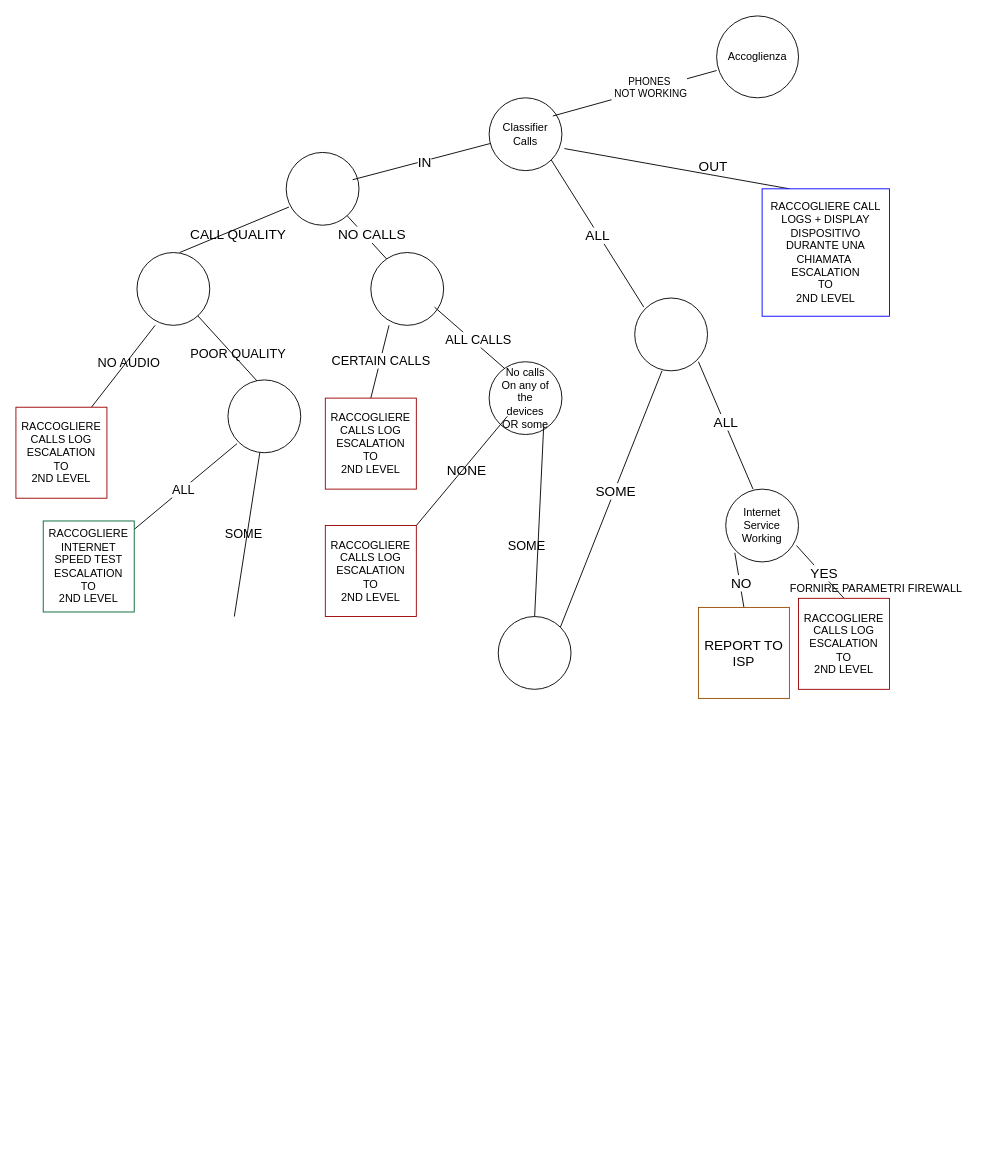
Above: Diagramma senza titolo.drawio in gormitiliberi/serverless-rag-demo (draw.io), before the change. Source tidied: cells renumbered, new cells numbered last; positions are measured from the earlier drawing's top-left corner, leaving out a move shared by most shapes. Both pictures are drawn from the tidied source at 91%, with x=0, y=0 at pixel (15, 15).
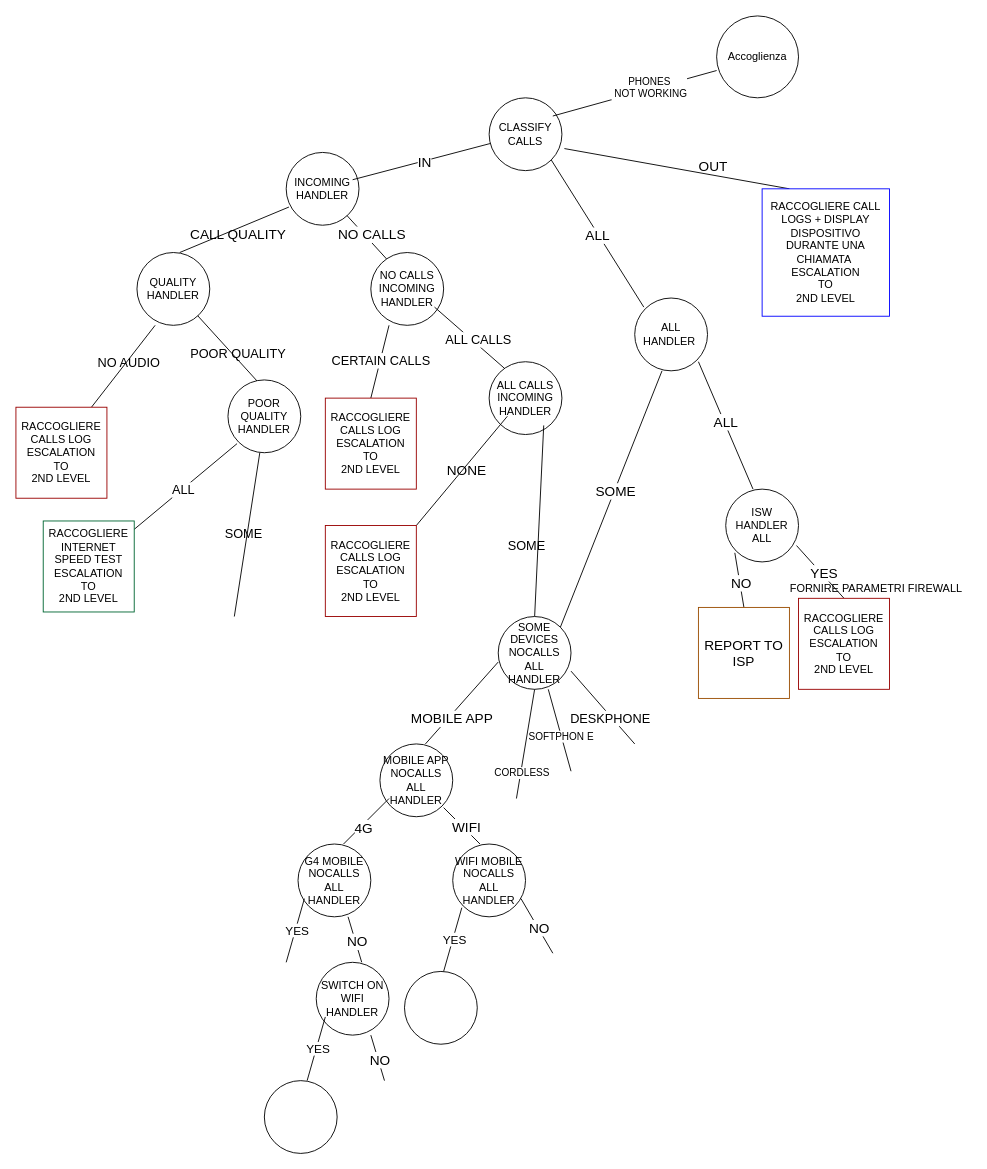
After the change.

Diff of the diagram source:
```diff
@@
-    <mxCell id="3" value="Classifier &lt;br&gt;&lt;div&gt;Calls&lt;/div&gt;" style="ellipse;whiteSpace=wrap;html=1;" parent="1" vertex="1">
+    <mxCell id="3" value="CLASSIFY CALLS" style="ellipse;whiteSpace=wrap;html=1;" parent="1" vertex="1">
       <mxGeometry x="520" y="90" width="80" height="80" as="geometry" />
     </mxCell>
@@
-    <mxCell id="7" style="ellipse;whiteSpace=wrap;html=1;" parent="1" vertex="1">
+    <mxCell id="7" value="INCOMING HANDLER" style="ellipse;whiteSpace=wrap;html=1;" parent="1" vertex="1">
       <mxGeometry x="297" y="150" width="80" height="80" as="geometry" />
     </mxCell>
@@
-    <mxCell id="12" style="ellipse;whiteSpace=wrap;html=1;" parent="1" vertex="1">
+    <mxCell id="12" value="NO CALLS INCOMING&lt;div&gt;HANDLER&lt;/div&gt;" style="ellipse;whiteSpace=wrap;html=1;" parent="1" vertex="1">
       <mxGeometry x="390" y="260" width="80" height="80" as="geometry" />
     </mxCell>
@@
-    <mxCell id="24" value="No calls&lt;br/&gt;On any of&lt;br/&gt;the&lt;br/&gt;devices&lt;br/&gt;OR some" style="ellipse;whiteSpace=wrap;html=1;" parent="1" vertex="1">
+    <mxCell id="24" value="ALL CALLS INCOMING HANDLER" style="ellipse;whiteSpace=wrap;html=1;" parent="1" vertex="1">
       <mxGeometry x="520" y="380" width="80" height="80" as="geometry" />
     </mxCell>
@@
-    <mxCell id="28" style="ellipse;whiteSpace=wrap;html=1;" parent="1" vertex="1">
+    <mxCell id="28" value="ALL HANDLER&amp;nbsp;" style="ellipse;whiteSpace=wrap;html=1;" parent="1" vertex="1">
       <mxGeometry x="680" y="310" width="80" height="80" as="geometry" />
     </mxCell>
@@
-    <mxCell id="30" style="ellipse;whiteSpace=wrap;html=1;" parent="1" vertex="1">
+    <mxCell id="30" value="QUALITY HANDLER" style="ellipse;whiteSpace=wrap;html=1;" parent="1" vertex="1">
       <mxGeometry x="133" y="260" width="80" height="80" as="geometry" />
     </mxCell>
@@
-    <mxCell id="35" style="ellipse;whiteSpace=wrap;html=1;" parent="1" vertex="1">
+    <mxCell id="35" value="POOR QUALITY HANDLER" style="ellipse;whiteSpace=wrap;html=1;" parent="1" vertex="1">
       <mxGeometry x="233" y="400" width="80" height="80" as="geometry" />
     </mxCell>
@@
-    <mxCell id="48" style="ellipse;whiteSpace=wrap;html=1;" parent="1" vertex="1">
+    <mxCell id="48" value="SOME DEVICES NOCALLS ALL HANDLER" style="ellipse;whiteSpace=wrap;html=1;" parent="1" vertex="1">
       <mxGeometry x="530" y="660" width="80" height="80" as="geometry" />
     </mxCell>
-    <mxCell id="49" value="Internet&lt;br/&gt;Service&lt;br/&gt;Working" style="ellipse;whiteSpace=wrap;html=1;" parent="1" vertex="1">
+    <mxCell id="49" value="ISW HANDLER ALL" style="ellipse;whiteSpace=wrap;html=1;" parent="1" vertex="1">
       <mxGeometry x="780" y="520" width="80" height="80" as="geometry" />
     </mxCell>
@@
+    <mxCell id="57" style="endArrow=none;html=1;rounded=0;" parent="1" edge="1">
+      <mxGeometry relative="1" as="geometry">
+        <mxPoint x="450" y="800" as="sourcePoint" />
+        <mxPoint x="530" y="710" as="targetPoint" />
+      </mxGeometry>
+    </mxCell>
+    <mxCell id="58" value="&lt;font style=&quot;font-size: 15px;&quot;&gt;MOBILE APP&lt;/font&gt;" style="edgeLabel;html=1;align=center;verticalAlign=middle;" parent="57" vertex="1">
+      <mxGeometry x="-0.34" y="-2" relative="1" as="geometry" />
+    </mxCell>
+    <mxCell id="59" style="endArrow=none;html=1;rounded=0;" parent="1" edge="1">
+      <mxGeometry relative="1" as="geometry">
+        <mxPoint x="550" y="860" as="sourcePoint" />
+        <mxPoint x="570" y="740" as="targetPoint" />
+      </mxGeometry>
+    </mxCell>
+    <mxCell id="60" value="CORDLESS" style="edgeLabel;html=1;align=center;verticalAlign=middle;" parent="59" vertex="1">
+      <mxGeometry x="-0.53" y="-1" relative="1" as="geometry" />
+    </mxCell>
+    <mxCell id="61" style="endArrow=none;html=1;rounded=0;" parent="1" edge="1">
+      <mxGeometry relative="1" as="geometry">
+        <mxPoint x="610" y="830" as="sourcePoint" />
+        <mxPoint x="585" y="740" as="targetPoint" />
+      </mxGeometry>
+    </mxCell>
+    <mxCell id="62" value="SOFTPHON E" style="edgeLabel;html=1;align=center;verticalAlign=middle;" parent="61" vertex="1">
+      <mxGeometry x="-0.15" y="1" relative="1" as="geometry" />
+    </mxCell>
+    <mxCell id="63" style="endArrow=none;html=1;rounded=0;" parent="1" edge="1">
+      <mxGeometry relative="1" as="geometry">
+        <mxPoint x="680" y="800" as="sourcePoint" />
+        <mxPoint x="610" y="720" as="targetPoint" />
+      </mxGeometry>
+    </mxCell>
+    <mxCell id="64" value="&lt;font style=&quot;font-size: 14px;&quot;&gt;DESKPHONE&lt;/font&gt;" style="edgeLabel;html=1;align=center;verticalAlign=middle;" parent="63" vertex="1">
+      <mxGeometry x="-0.27" y="2" relative="1" as="geometry" />
+    </mxCell>
+    <mxCell id="65" value="MOBILE APP NOCALLS ALL HANDLER" style="ellipse;whiteSpace=wrap;html=1;" parent="1" vertex="1">
+      <mxGeometry x="400" y="800" width="80" height="80" as="geometry" />
+    </mxCell>
+    <mxCell id="66" style="endArrow=none;html=1;rounded=0;" parent="1" edge="1">
+      <mxGeometry relative="1" as="geometry">
+        <mxPoint x="360" y="910" as="sourcePoint" />
+        <mxPoint x="410" y="860" as="targetPoint" />
+      </mxGeometry>
+    </mxCell>
+    <mxCell id="67" value="&lt;font style=&quot;font-size: 15px;&quot;&gt;4G&lt;/font&gt;" style="edgeLabel;html=1;align=center;verticalAlign=middle;" parent="66" vertex="1">
+      <mxGeometry x="-0.22" y="-2" relative="1" as="geometry" />
+    </mxCell>
+    <mxCell id="68" style="endArrow=none;html=1;rounded=0;" parent="1" edge="1">
+      <mxGeometry relative="1" as="geometry">
+        <mxPoint x="510" y="910" as="sourcePoint" />
+        <mxPoint x="470" y="870" as="targetPoint" />
+      </mxGeometry>
+    </mxCell>
+    <mxCell id="69" value="&lt;font style=&quot;font-size: 15px;&quot;&gt;WIFI&lt;/font&gt;" style="edgeLabel;html=1;align=center;verticalAlign=middle;" parent="68" vertex="1">
+      <mxGeometry x="-0.1" y="-3" relative="1" as="geometry" />
+    </mxCell>
+    <mxCell id="70" value="G4 MOBILE NOCALLS ALL HANDLER" style="ellipse;whiteSpace=wrap;html=1;" parent="1" vertex="1">
+      <mxGeometry x="310" y="910" width="80" height="80" as="geometry" />
+    </mxCell>
+    <mxCell id="71" value="WIFI MOBILE NOCALLS ALL HANDLER" style="ellipse;whiteSpace=wrap;html=1;" parent="1" vertex="1">
+      <mxGeometry x="480" y="910" width="80" height="80" as="geometry" />
+    </mxCell>
+    <mxCell id="72" style="endArrow=none;html=1;rounded=0;" parent="1" edge="1">
+      <mxGeometry relative="1" as="geometry">
+        <mxPoint x="590" y="1030" as="sourcePoint" />
+        <mxPoint x="555" y="970" as="targetPoint" />
+      </mxGeometry>
+    </mxCell>
+    <mxCell id="73" value="&lt;font style=&quot;font-size: 15px;&quot;&gt;NO&lt;/font&gt;" style="edgeLabel;html=1;align=center;verticalAlign=middle;" parent="72" vertex="1">
+      <mxGeometry x="-0.07" y="-1" relative="1" as="geometry" />
+    </mxCell>
+    <mxCell id="74" style="endArrow=none;html=1;rounded=0;entryX=0.972;entryY=0.775;entryDx=0;entryDy=0;entryPerimeter=0;" parent="1" edge="1">
+      <mxGeometry relative="1" as="geometry">
+        <mxPoint x="470" y="1050" as="sourcePoint" />
+        <mxPoint x="490" y="980" as="targetPoint" />
+      </mxGeometry>
+    </mxCell>
+    <mxCell id="75" value="&lt;font style=&quot;font-size: 13px;&quot;&gt;YES&lt;/font&gt;" style="edgeLabel;html=1;align=center;verticalAlign=middle;" parent="74" vertex="1">
+      <mxGeometry x="0.03" y="-1" relative="1" as="geometry" />
+    </mxCell>
+    <mxCell id="76" style="ellipse;whiteSpace=wrap;html=1;" parent="1" vertex="1">
+      <mxGeometry x="427" y="1050" width="80" height="80" as="geometry" />
+    </mxCell>
+    <mxCell id="77" style="endArrow=none;html=1;rounded=0;entryX=0.972;entryY=0.775;entryDx=0;entryDy=0;entryPerimeter=0;" parent="1" edge="1">
+      <mxGeometry relative="1" as="geometry">
+        <mxPoint x="297" y="1040" as="sourcePoint" />
+        <mxPoint x="317" y="970" as="targetPoint" />
+      </mxGeometry>
+    </mxCell>
+    <mxCell id="78" value="&lt;font style=&quot;font-size: 13px;&quot;&gt;YES&lt;/font&gt;" style="edgeLabel;html=1;align=center;verticalAlign=middle;" parent="77" vertex="1">
+      <mxGeometry x="0.03" y="-1" relative="1" as="geometry" />
+    </mxCell>
+    <mxCell id="79" style="endArrow=none;html=1;rounded=0;" parent="1" edge="1">
+      <mxGeometry relative="1" as="geometry">
+        <mxPoint x="380" y="1040" as="sourcePoint" />
+        <mxPoint x="365" y="990" as="targetPoint" />
+      </mxGeometry>
+    </mxCell>
+    <mxCell id="80" value="&lt;font style=&quot;font-size: 15px;&quot;&gt;NO&lt;/font&gt;" style="edgeLabel;html=1;align=center;verticalAlign=middle;" parent="79" vertex="1">
+      <mxGeometry x="-0.07" y="-1" relative="1" as="geometry" />
+    </mxCell>
+    <mxCell id="81" value="SWITCH ON WIFI HANDLER" style="ellipse;whiteSpace=wrap;html=1;" parent="1" vertex="1">
+      <mxGeometry x="330" y="1040" width="80" height="80" as="geometry" />
+    </mxCell>
+    <mxCell id="82" style="endArrow=none;html=1;rounded=0;entryX=0.972;entryY=0.775;entryDx=0;entryDy=0;entryPerimeter=0;" parent="1" edge="1">
+      <mxGeometry relative="1" as="geometry">
+        <mxPoint x="320" y="1170" as="sourcePoint" />
+        <mxPoint x="340" y="1100" as="targetPoint" />
+      </mxGeometry>
+    </mxCell>
+    <mxCell id="83" value="&lt;font style=&quot;font-size: 13px;&quot;&gt;YES&lt;/font&gt;" style="edgeLabel;html=1;align=center;verticalAlign=middle;" parent="82" vertex="1">
+      <mxGeometry x="0.03" y="-1" relative="1" as="geometry" />
+    </mxCell>
+    <mxCell id="84" style="endArrow=none;html=1;rounded=0;" parent="1" edge="1">
+      <mxGeometry relative="1" as="geometry">
+        <mxPoint x="405" y="1170" as="sourcePoint" />
+        <mxPoint x="390" y="1120" as="targetPoint" />
+      </mxGeometry>
+    </mxCell>
+    <mxCell id="85" value="&lt;font style=&quot;font-size: 15px;&quot;&gt;NO&lt;/font&gt;" style="edgeLabel;html=1;align=center;verticalAlign=middle;" parent="84" vertex="1">
+      <mxGeometry x="-0.07" y="-1" relative="1" as="geometry" />
+    </mxCell>
+    <mxCell id="86" style="ellipse;whiteSpace=wrap;html=1;fontStyle=1;" parent="1" vertex="1">
+      <mxGeometry x="273" y="1170" width="80" height="80" as="geometry" />
+    </mxCell>
```
